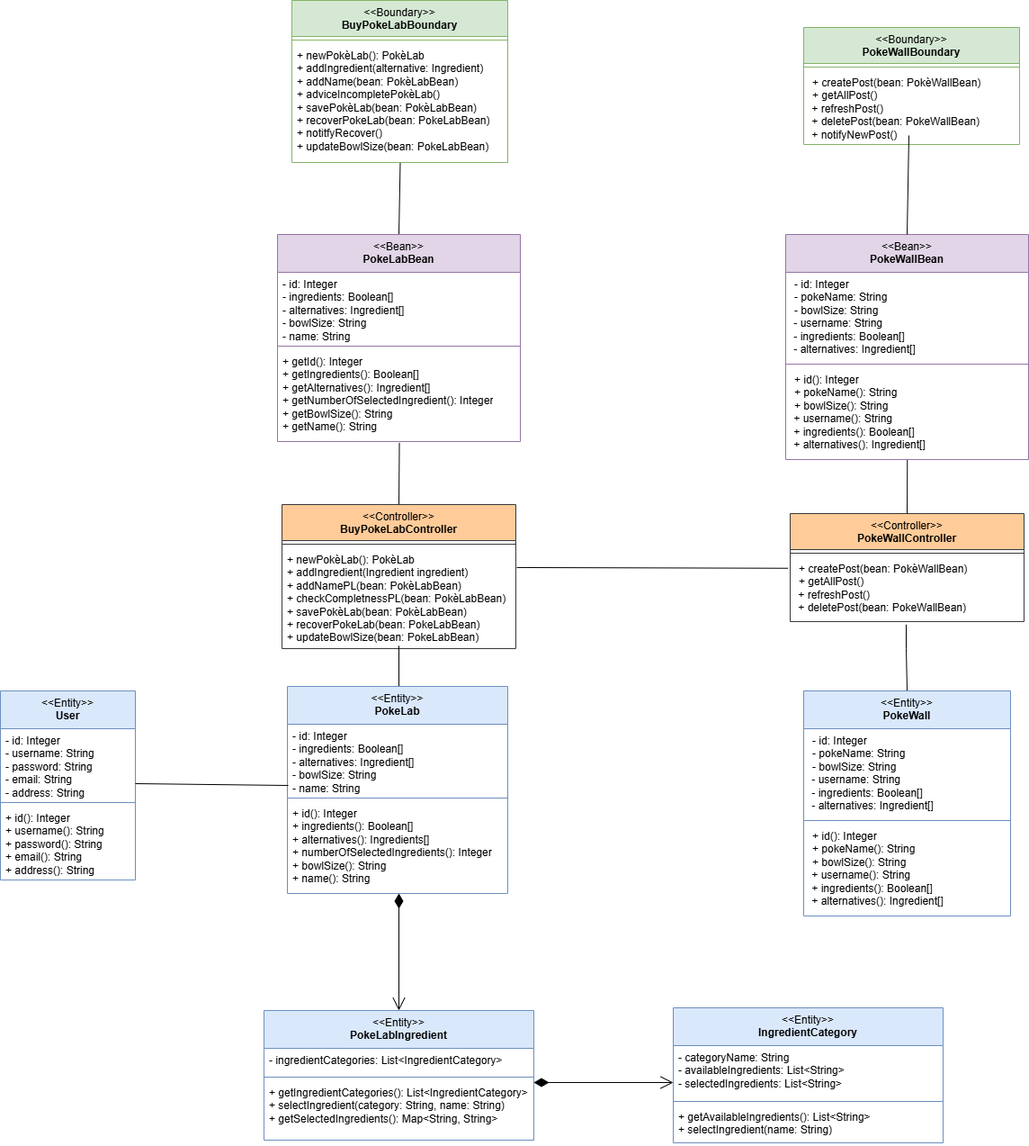
The draw.io diagram diagrams/BCE.drawio.png in matteopinfildi/YourPoke-ISPWProject, before a commit. Source tidied: cells renumbered, new cells last; positions are measured from the earlier drawing's top-left corner, leaving out a move shared by most shapes.
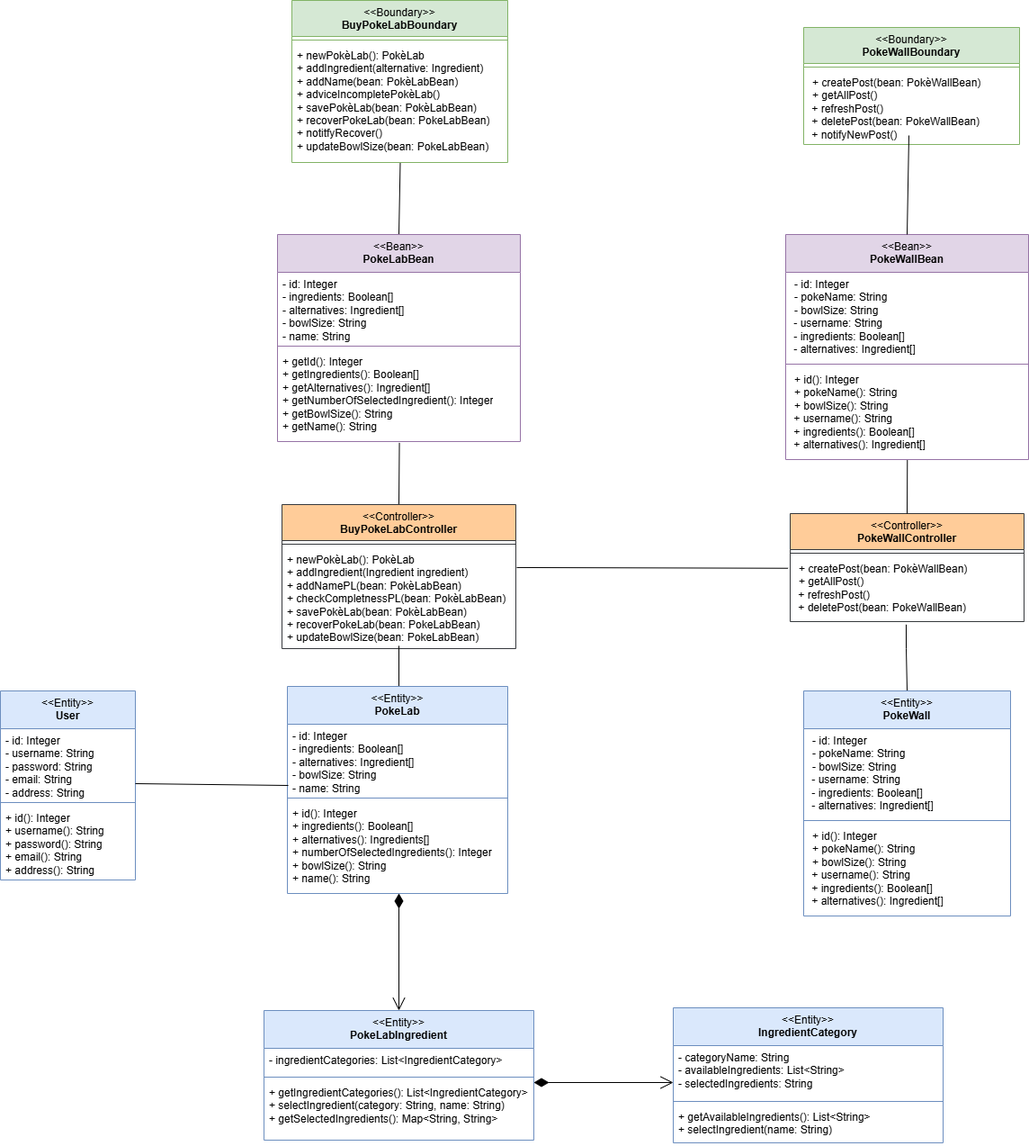
Above is the later version.

Change to the diagram source:
```diff
@@ -131,7 +131,7 @@
     <mxCell id="39" value="&lt;div&gt;&lt;span style=&quot;font-weight: 400;&quot;&gt;&amp;lt;&amp;lt;Entity&amp;gt;&amp;gt;&lt;/span&gt;&lt;br&gt;&lt;/div&gt;IngredientCategory" style="swimlane;fontStyle=1;align=center;verticalAlign=top;horizontal=1;startSize=42;whiteSpace=wrap;html=1;fillColor=#dae8fc;strokeColor=#6c8ebf;" parent="1" vertex="1">
       <mxGeometry x="748" y="1119" width="300" height="150" as="geometry" />
     </mxCell>
-    <mxCell id="40" value="- categoryName: String&lt;div&gt;- availableIngredients: List&amp;lt;String&amp;gt;&lt;/div&gt;&lt;div&gt;- selectedIngredients: List&amp;lt;String&amp;gt;&lt;/div&gt;" style="text;strokeColor=none;fillColor=none;align=left;verticalAlign=top;spacingLeft=4;spacingRight=4;overflow=hidden;whiteSpace=wrap;html=1;" parent="39" vertex="1">
+    <mxCell id="40" value="- categoryName: String&lt;div&gt;- availableIngredients: List&amp;lt;String&amp;gt;&lt;/div&gt;&lt;div&gt;- selectedIngredients: String&lt;/div&gt;" style="text;strokeColor=none;fillColor=none;align=left;verticalAlign=top;spacingLeft=4;spacingRight=4;overflow=hidden;whiteSpace=wrap;html=1;" parent="39" vertex="1">
       <mxGeometry y="42" width="300" height="58" as="geometry" />
     </mxCell>
     <mxCell id="41" style="line;strokeWidth=1;fillColor=none;align=left;verticalAlign=middle;spacingTop=-1;spacingLeft=3;spacingRight=3;labelPosition=right;strokeColor=inherit;" parent="39" vertex="1">
```
